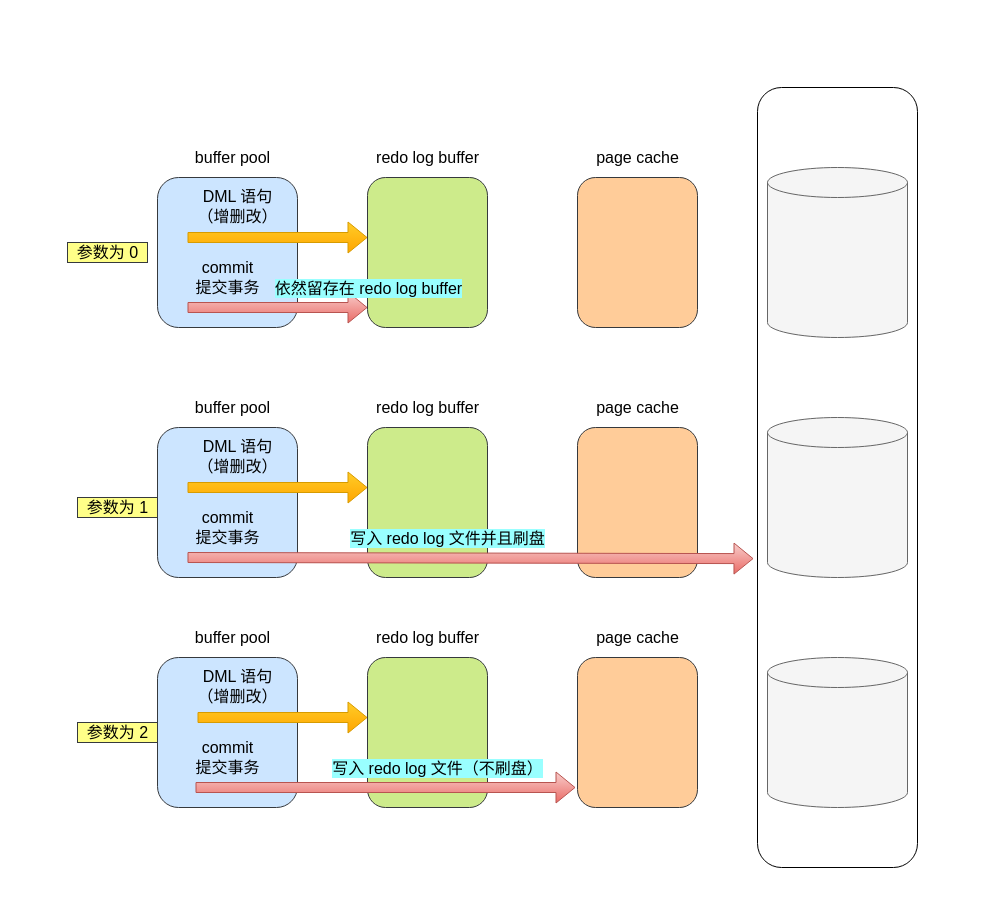
This is mysql/日志/innodb_flush_log_at_trx_commit.drawio from xiaolincoder/ImageHost4, a draw.io file, before an edit. Source tidied: cells renumbered, new cells numbered last; positions are measured from the earlier drawing's top-left corner, leaving out a move shared by most shapes. Both pictures are drawn from the tidied source at 100%, with x=0, y=0 at pixel (67, 87).
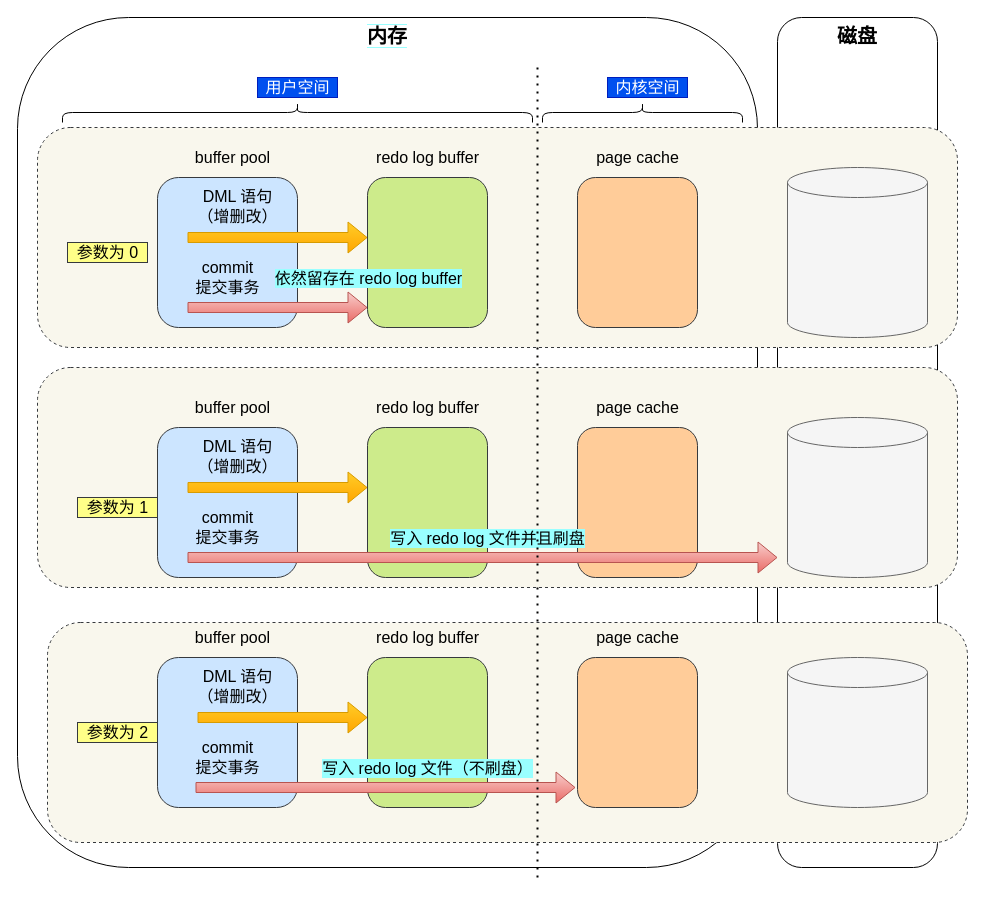
The same page after the edit.

The change refers to these unchanged cells:
```xml
<mxCell id="28" style="shape=flexArrow;endArrow=classic;html=1;rounded=0;fontSize=16;fillColor=#f8cecc;gradientColor=#ea6b66;strokeColor=#b85450;labelBackgroundColor=#99FFFF;" parent="1" edge="1">
  <mxGeometry relative="1" as="geometry">
    <mxPoint x="128" y="700" as="sourcePoint" />
    <mxPoint x="508" y="700" as="targetPoint" />
  </mxGeometry>
</mxCell>
```

Change to the diagram source:
```diff
@@
-    <mxCell id="2" style="rounded=1;whiteSpace=wrap;html=1;fontSize=16;" parent="1" vertex="1">
-      <mxGeometry x="690" width="160" height="780" as="geometry" />
+    <mxCell id="2" value="&lt;font style=&quot;font-size: 20px;&quot;&gt;&lt;b&gt;磁盘&lt;/b&gt;&lt;/font&gt;" style="rounded=1;whiteSpace=wrap;html=1;fontSize=16;verticalAlign=top;" parent="1" vertex="1">
+      <mxGeometry x="710" y="-70" width="160" height="850" as="geometry" />
     </mxCell>
+    <mxCell id="42" value="&lt;font style=&quot;font-size: 20px;&quot; color=&quot;#000000&quot;&gt;&lt;b style=&quot;background-color: rgb(255, 255, 255);&quot;&gt;内存&lt;/b&gt;&lt;/font&gt;" style="rounded=1;whiteSpace=wrap;html=1;labelBackgroundColor=#99FFFF;fontSize=16;fontColor=#99FFFF;strokeColor=default;fillColor=default;verticalAlign=top;" parent="1" vertex="1">
+      <mxGeometry x="-50" y="-70" width="740" height="850" as="geometry" />
+    </mxCell>
+    <mxCell id="43" style="rounded=1;whiteSpace=wrap;html=1;labelBackgroundColor=#99FFFF;fontSize=16;dashed=1;fillColor=#f9f7ed;strokeColor=#36393d;" parent="1" vertex="1">
+      <mxGeometry x="-20" y="535" width="920" height="220" as="geometry" />
+    </mxCell>
+    <mxCell id="44" style="rounded=1;whiteSpace=wrap;html=1;labelBackgroundColor=#99FFFF;fontSize=16;dashed=1;fillColor=#f9f7ed;strokeColor=#36393d;" parent="1" vertex="1">
+      <mxGeometry x="-30" y="280" width="920" height="220" as="geometry" />
+    </mxCell>
+    <mxCell id="45" style="rounded=1;whiteSpace=wrap;html=1;labelBackgroundColor=#99FFFF;fontSize=16;dashed=1;fillColor=#f9f7ed;strokeColor=#36393d;" parent="1" vertex="1">
+      <mxGeometry x="-30" y="40" width="920" height="220" as="geometry" />
+    </mxCell>
@@
     <mxCell id="10" style="shape=cylinder3;whiteSpace=wrap;html=1;boundedLbl=1;backgroundOutline=1;size=15;fontSize=16;fillColor=#f5f5f5;fontColor=#333333;strokeColor=#666666;" parent="1" vertex="1">
-      <mxGeometry x="700" y="80" width="140" height="170" as="geometry" />
+      <mxGeometry x="720" y="80" width="140" height="170" as="geometry" />
     </mxCell>
     <mxCell id="11" style="shape=cylinder3;whiteSpace=wrap;html=1;boundedLbl=1;backgroundOutline=1;size=15;fontSize=16;fillColor=#f5f5f5;fontColor=#333333;strokeColor=#666666;" parent="1" vertex="1">
-      <mxGeometry x="700" y="330" width="140" height="160" as="geometry" />
+      <mxGeometry x="720" y="330" width="140" height="160" as="geometry" />
     </mxCell>
     <mxCell id="12" style="shape=cylinder3;whiteSpace=wrap;html=1;boundedLbl=1;backgroundOutline=1;size=15;fontSize=16;fillColor=#f5f5f5;fontColor=#333333;strokeColor=#666666;" parent="1" vertex="1">
-      <mxGeometry x="700" y="570" width="140" height="150" as="geometry" />
+      <mxGeometry x="720" y="570" width="140" height="150" as="geometry" />
     </mxCell>
@@
     <mxCell id="29" value="写入 redo log 文件（不刷盘）" style="edgeLabel;html=1;align=center;verticalAlign=middle;fontSize=16;labelBackgroundColor=#99FFFF;" parent="28" vertex="1">
       <mxGeometry x="-0.24" y="-3" relative="1" as="geometry">
-        <mxPoint x="97" y="-23" as="offset" />
+        <mxPoint x="87" y="-23" as="offset" />
       </mxGeometry>
     </mxCell>
@@
-    <mxCell id="35" style="shape=flexArrow;endArrow=classic;html=1;rounded=0;fontSize=16;fillColor=#f8cecc;gradientColor=#ea6b66;strokeColor=#b85450;entryX=-0.025;entryY=0.604;entryDx=0;entryDy=0;entryPerimeter=0;" parent="1" edge="1" target="2">
+    <mxCell id="35" style="shape=flexArrow;endArrow=classic;html=1;rounded=0;fontSize=16;fillColor=#f8cecc;gradientColor=#ea6b66;strokeColor=#b85450;" parent="1" edge="1">
       <mxGeometry relative="1" as="geometry">
         <mxPoint x="120" y="470" as="sourcePoint" />
+        <mxPoint x="710" y="470" as="targetPoint" />
       </mxGeometry>
     </mxCell>
     <mxCell id="36" value="&lt;span style=&quot;&quot;&gt;写入 redo log 文件并且刷盘&lt;/span&gt;" style="edgeLabel;html=1;align=center;verticalAlign=middle;fontSize=16;labelBackgroundColor=#99FFFF;" parent="35" vertex="1">
       <mxGeometry x="-0.04" y="3" relative="1" as="geometry">
-        <mxPoint x="-13" y="-17" as="offset" />
+        <mxPoint x="16" y="-17" as="offset" />
       </mxGeometry>
     </mxCell>
@@
     <mxCell id="41" value="&lt;span style=&quot;&quot;&gt;依然留存在 redo log buffer&lt;/span&gt;" style="edgeLabel;html=1;align=center;verticalAlign=middle;fontSize=16;labelBackgroundColor=#99FFFF;" parent="1" vertex="1">
-      <mxGeometry x="300" y="200" as="geometry" />
+      <mxGeometry x="300" y="190" as="geometry" />
     </mxCell>
+    <mxCell id="46" style="endArrow=none;dashed=1;html=1;dashPattern=1 3;strokeWidth=2;rounded=0;labelBackgroundColor=#99FFFF;fontSize=16;fontColor=#99FFFF;" parent="1" edge="1">
+      <mxGeometry relative="1" as="geometry">
+        <mxPoint x="470" y="790" as="sourcePoint" />
+        <mxPoint x="470" y="-20" as="targetPoint" />
+      </mxGeometry>
+    </mxCell>
+    <mxCell id="47" style="shape=curlyBracket;whiteSpace=wrap;html=1;rounded=1;flipH=1;labelBackgroundColor=#99FFFF;fontSize=16;fontColor=#99FFFF;rotation=-90;strokeColor=default;fillColor=default;" parent="1" vertex="1">
+      <mxGeometry x="220" y="-210" width="20" height="470" as="geometry" />
+    </mxCell>
+    <mxCell id="48" value="用户空间" style="text;html=1;align=center;verticalAlign=middle;strokeColor=#001DBC;fillColor=#0050ef;fontSize=16;fontColor=#ffffff;" parent="1" vertex="1">
+      <mxGeometry x="190" y="-10" width="80" height="20" as="geometry" />
+    </mxCell>
+    <mxCell id="49" style="shape=curlyBracket;whiteSpace=wrap;html=1;rounded=1;flipH=1;labelBackgroundColor=#99FFFF;fontSize=16;fontColor=#99FFFF;rotation=-90;strokeColor=default;fillColor=default;" parent="1" vertex="1">
+      <mxGeometry x="565" y="-75" width="20" height="200" as="geometry" />
+    </mxCell>
+    <mxCell id="50" value="内核空间" style="text;html=1;align=center;verticalAlign=middle;strokeColor=#001DBC;fillColor=#0050ef;fontSize=16;fontColor=#ffffff;" parent="1" vertex="1">
+      <mxGeometry x="540" y="-10" width="80" height="20" as="geometry" />
+    </mxCell>
```
